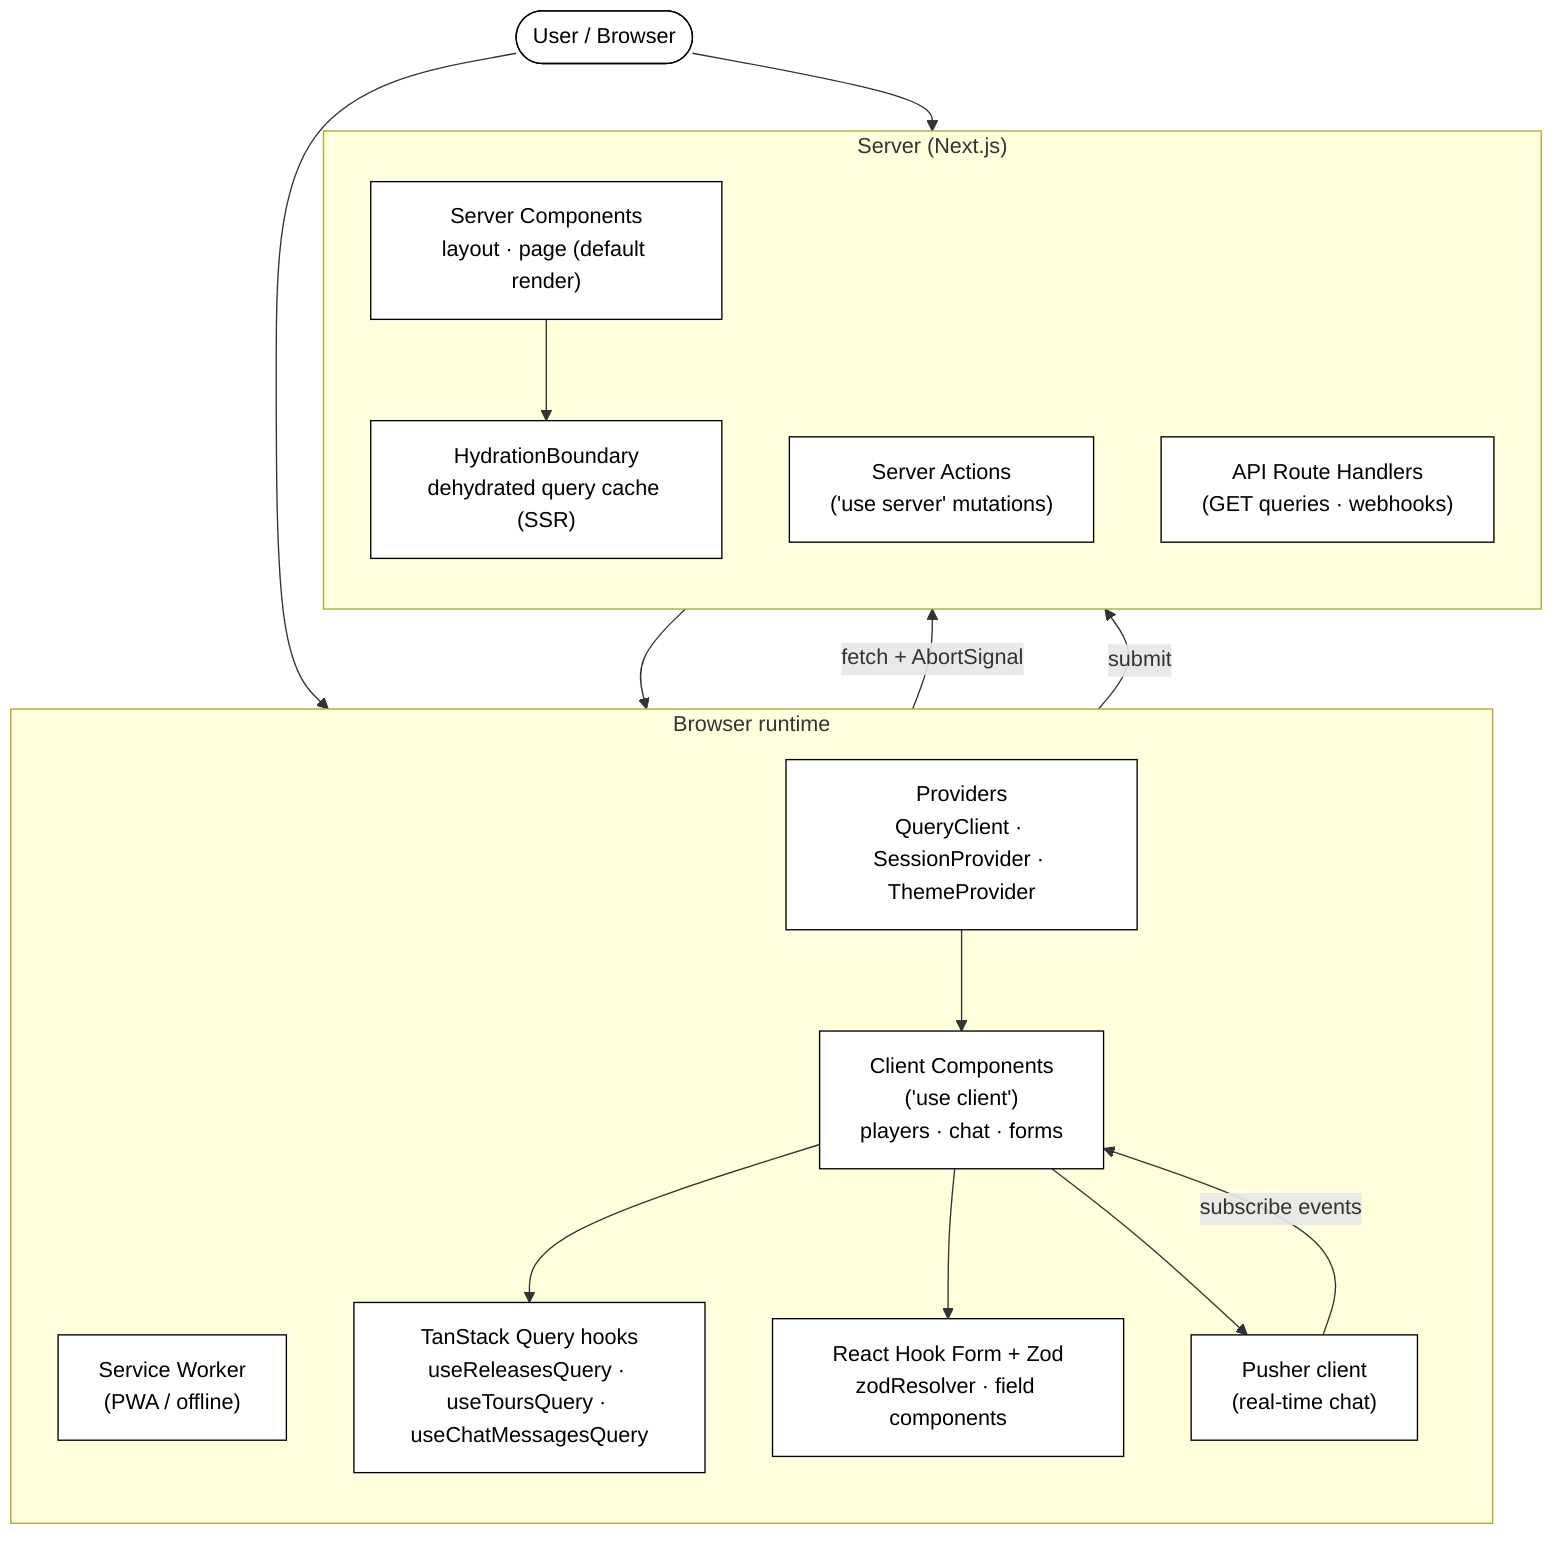
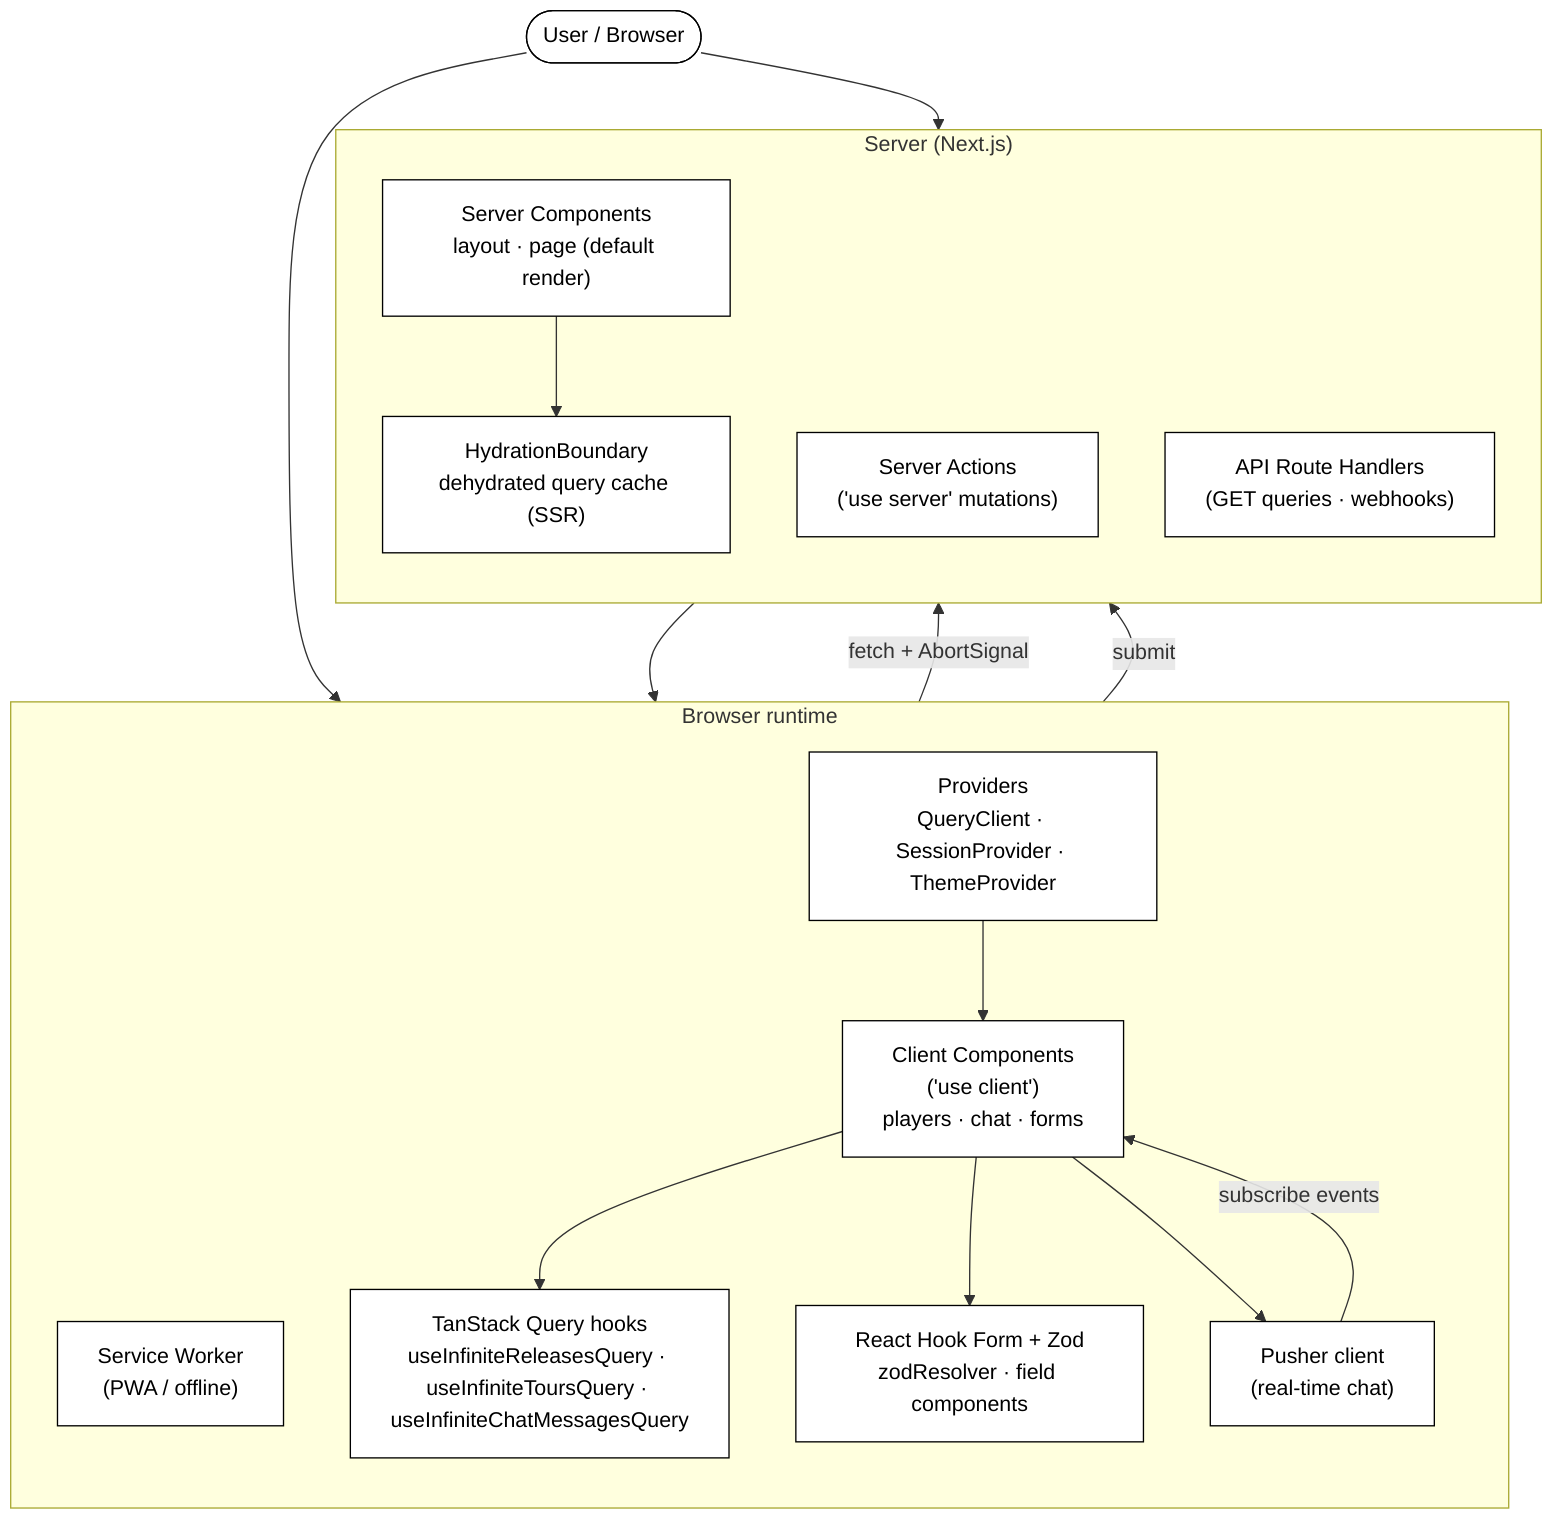
%% Frontend architecture — Next.js 16 App Router (React 19)
flowchart TB
    User([User / Browser])

    subgraph Browser["Browser runtime"]
        direction TB
        SW["Service Worker<br/>(PWA / offline)"]
        ClientComps["Client Components<br/>('use client')<br/>players · chat · forms"]
        Providers["Providers<br/>QueryClient · SessionProvider · ThemeProvider"]
-         Hooks["TanStack Query hooks<br/>useReleasesQuery · useToursQuery · useChatMessagesQuery"]
+         Hooks["TanStack Query hooks<br/>useInfiniteReleasesQuery · useInfiniteToursQuery · useInfiniteChatMessagesQuery"]
        RHF["React Hook Form + Zod<br/>zodResolver · field components"]
        Pusher["Pusher client<br/>(real-time chat)"]
    end

    subgraph Server["Server (Next.js)"]
        direction TB
        RSC["Server Components<br/>layout · page (default render)"]
        Hydration["HydrationBoundary<br/>dehydrated query cache (SSR)"]
        Actions["Server Actions<br/>('use server' mutations)"]
        Routes["API Route Handlers<br/>(GET queries · webhooks)"]
    end

    User --> SW
    User --> RSC
    RSC --> Hydration
    Hydration --> Providers
    Providers --> ClientComps
    ClientComps --> Hooks
    ClientComps --> RHF
    ClientComps --> Pusher
    Hooks -->|"fetch + AbortSignal"| Routes
    RHF -->|"submit"| Actions
    Pusher -->|"subscribe events"| ClientComps

    classDef plain fill:#ffffff,stroke:#000000,stroke-width:1px,color:#000000;
    classDef group fill:#f0f0f0,stroke:#000000,stroke-width:1px,color:#000000;
    class User,SW,ClientComps,Providers,Hooks,RHF,Pusher,RSC,Hydration,Actions,Routes plain;
